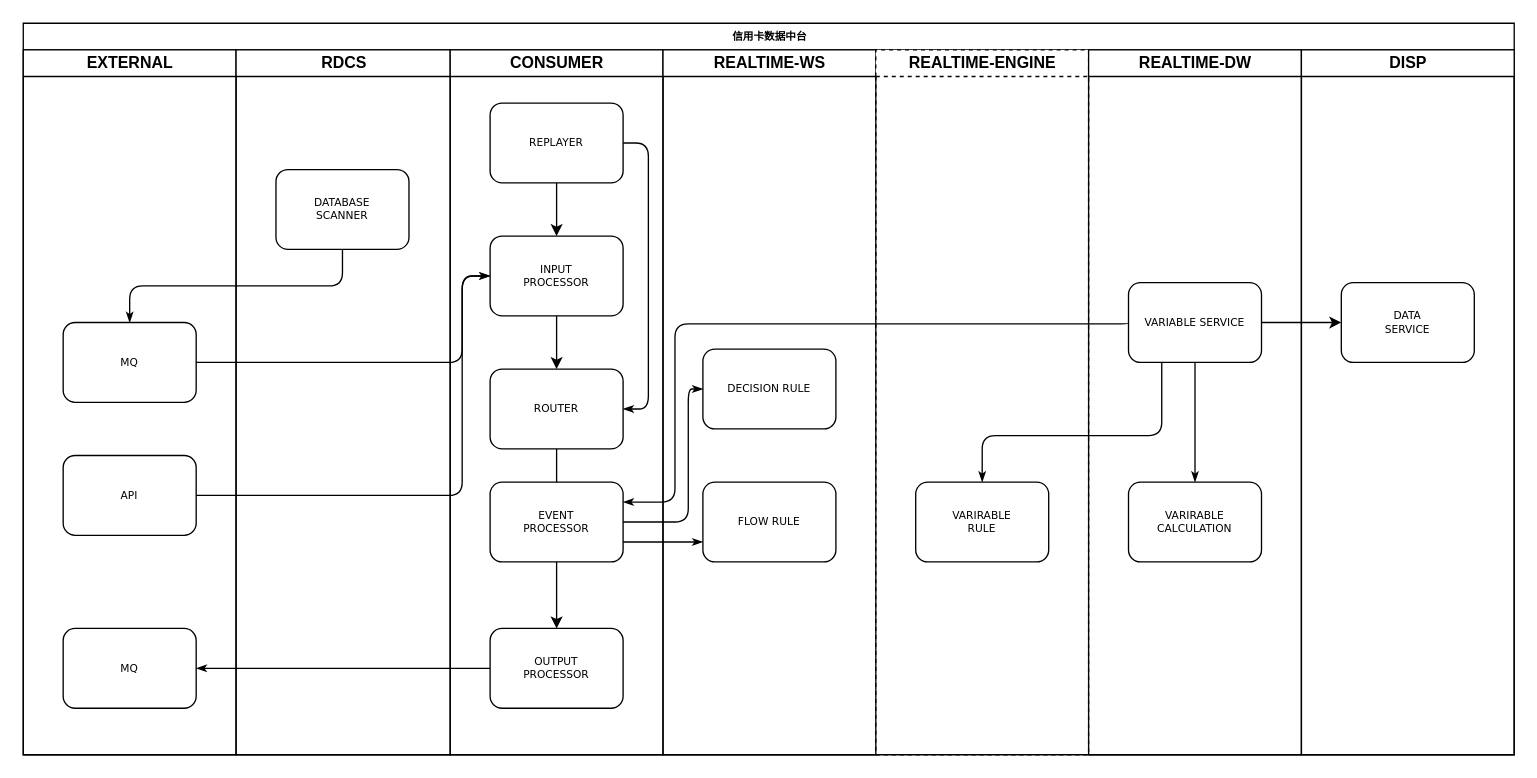
The draw.io diagram page "Page-1" (1 of 6) of 数据中台.drawio in michael0817/wing, before the edit. Source tidied: cells renumbered, new cells numbered last; positions are measured from the earlier drawing's top-left corner, leaving out a move shared by most shapes. Both pictures are drawn from the tidied source at 133%, with x=0, y=0 at pixel (23, 23).
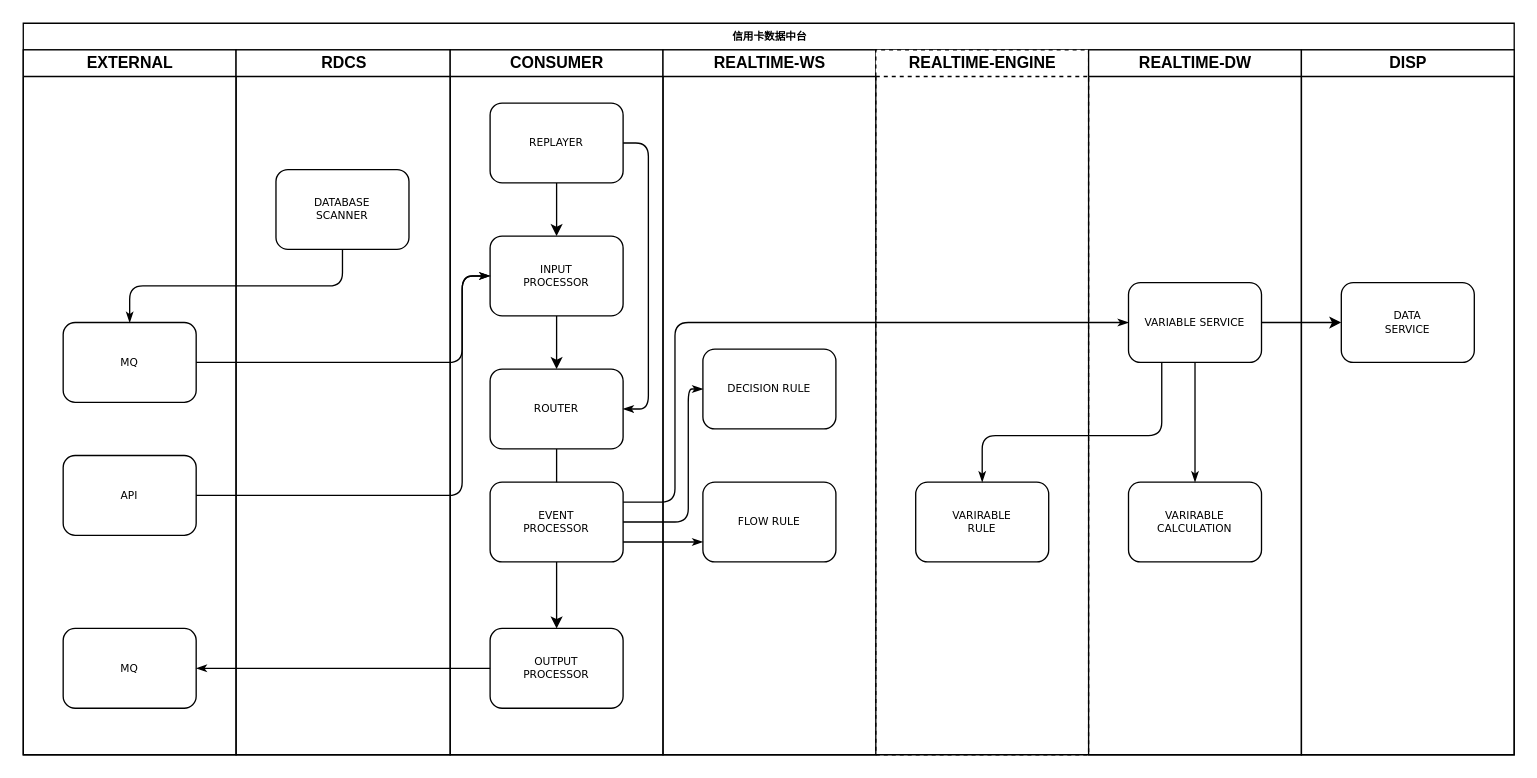
After the change.

The change refers to these unchanged cells:
```xml
<mxCell id="2" value="信用卡数据中台" style="swimlane;html=1;startSize=20;rounded=0;shadow=0;labelBackgroundColor=none;strokeColor=#000000;strokeWidth=1;fillColor=#ffffff;fontFamily=Verdana;fontSize=8;fontColor=#000000;align=center;" parent="1" vertex="1">
  <mxGeometry width="1121" height="550" as="geometry" />
</mxCell>
<mxCell id="15" value="EVENT&lt;br&gt;PROCESSOR" style="rounded=1;whiteSpace=wrap;html=1;shadow=0;labelBackgroundColor=none;strokeColor=#000000;strokeWidth=1;fillColor=#ffffff;fontFamily=Verdana;fontSize=8;fontColor=#000000;align=center;" parent="9" vertex="1">
  <mxGeometry x="30" y="325" width="100" height="60" as="geometry" />
</mxCell>
<mxCell id="33" value="VARIABLE SERVICE" style="rounded=1;whiteSpace=wrap;html=1;shadow=0;labelBackgroundColor=none;strokeColor=#000000;strokeWidth=1;fillColor=#ffffff;fontFamily=Verdana;fontSize=8;fontColor=#000000;align=center;" parent="32" vertex="1">
  <mxGeometry x="30" y="175" width="100" height="60" as="geometry" />
</mxCell>
```

What changed in the source:
```diff
@@
-    <mxCell id="27" style="edgeStyle=orthogonalEdgeStyle;rounded=1;html=1;labelBackgroundColor=none;startArrow=none;startFill=0;startSize=5;endArrow=classicThin;endFill=1;endSize=5;jettySize=auto;strokeColor=#000000;strokeWidth=1;fontFamily=Verdana;fontSize=8;fontColor=#000000;entryX=1;entryY=0.25;entryDx=0;entryDy=0;exitX=0;exitY=0.5;exitDx=0;exitDy=0;" parent="2" edge="1" source="33" target="15">
+    <mxCell id="27" style="edgeStyle=orthogonalEdgeStyle;rounded=1;html=1;labelBackgroundColor=none;startArrow=none;startFill=0;startSize=5;endArrow=classicThin;endFill=1;endSize=5;jettySize=auto;strokeColor=#000000;strokeWidth=1;fontFamily=Verdana;fontSize=8;fontColor=#000000;exitX=1;exitY=0.25;exitDx=0;exitDy=0;entryX=0;entryY=0.5;entryDx=0;entryDy=0;" parent="2" edge="1" source="15" target="33">
       <mxGeometry relative="1" as="geometry">
         <Array as="points">
-          <mxPoint x="490" y="226" />
           <mxPoint x="490" y="360" />
+          <mxPoint x="490" y="225" />
         </Array>
       </mxGeometry>
     </mxCell>
```
